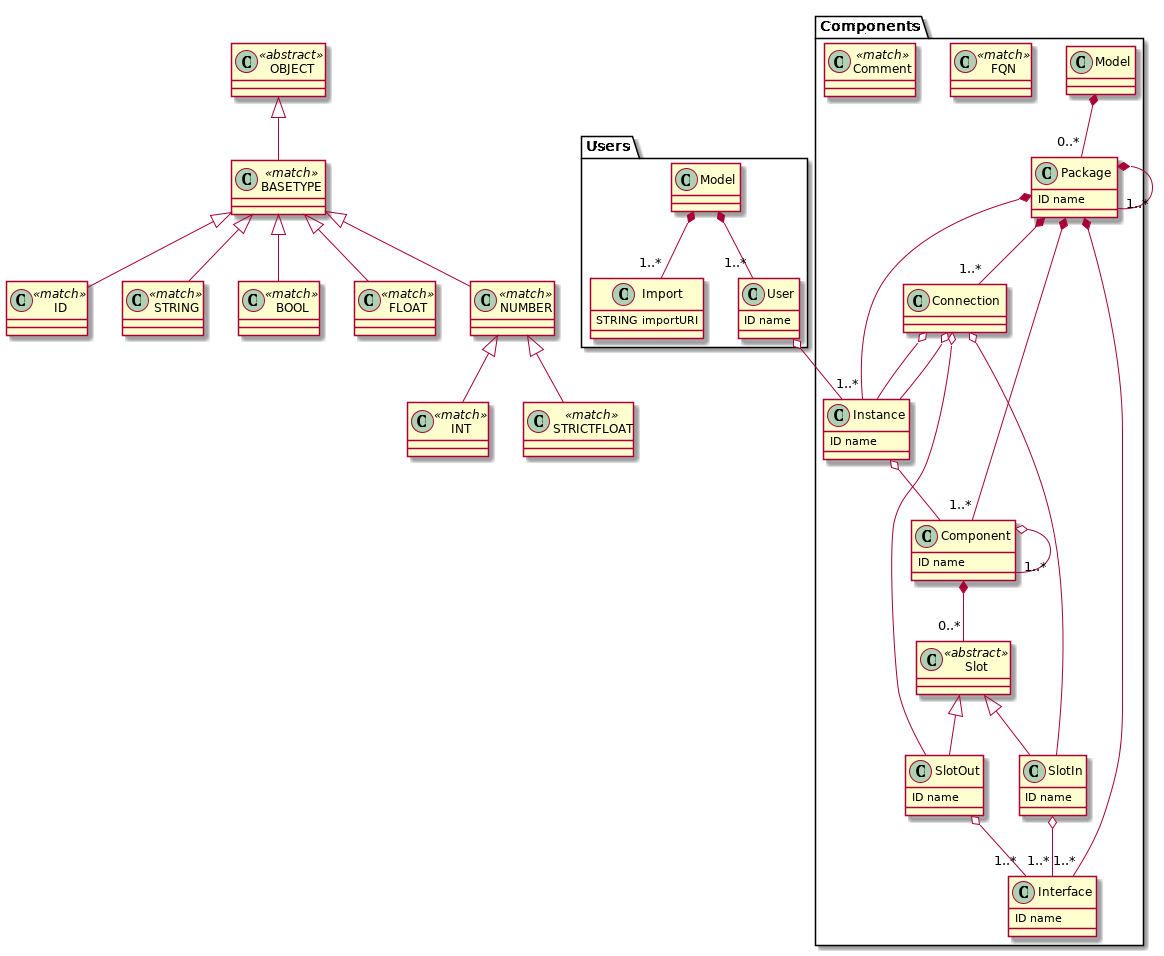
The PlantUML diagram examples/render_all_grammars/pu/tests_functional_test_scoping_metamodel_provider_Users.png in textX/textX, before a commit.
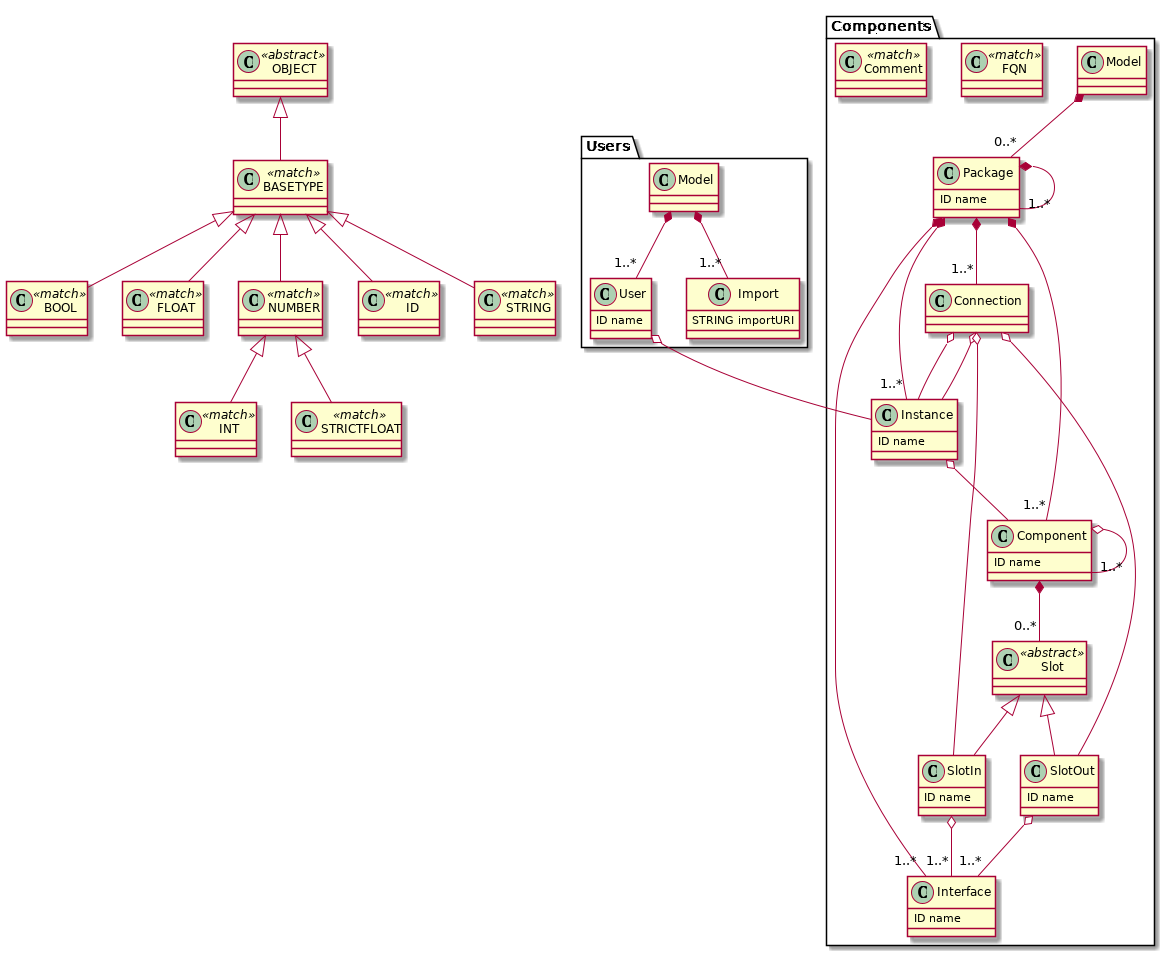
After the change.

The edit, as a diff of the source:
```diff
@@ -1,19 +1,18 @@
 @startuml
-            set namespaceSeparator .
-        Users.Model *-- "1..*" Users.Import
-Users.Model *-- "1..*" Users.User
+set namespaceSeparator .
+
+
 class Users.Model  {
 }
 
 
-Users.User o-- Components.Instance
 class Users.User  {
-ID name
+  ID name
 }
 
 
 class Users.Import  {
-STRING importURI
+  STRING importURI
 }
 
 
@@ -44,78 +43,53 @@
 class NUMBER <<match>> {
 }
 
-NUMBER <|-- STRICTFLOAT
-NUMBER <|-- INT
 
 class BASETYPE <<match>> {
 }
 
-BASETYPE <|-- NUMBER
-BASETYPE <|-- FLOAT
-BASETYPE <|-- BOOL
-BASETYPE <|-- ID
-BASETYPE <|-- STRING
 
 class OBJECT <<abstract>> {
 }
 
-OBJECT <|-- BASETYPE
 
-Components.Model *-- "0..*" Components.Package
 class Components.Model  {
 }
 
 
-Components.Package *-- "1..*" Components.Component
-Components.Package *-- "1..*" Components.Instance
-Components.Package *-- "1..*" Components.Connection
-Components.Package *-- "1..*" Components.Package
-Components.Package *-- "1..*" Components.Interface
 class Components.Package  {
-ID name
+  ID name
 }
 
 
 class Components.Interface  {
-ID name
+  ID name
 }
 
 
-Components.Component o-- "1..*" Components.Component
-Components.Component *-- "0..*" Components.Slot
 class Components.Component  {
-ID name
+  ID name
 }
 
 
 class Components.Slot <<abstract>> {
 }
 
-Components.Slot <|-- Components.SlotIn
-Components.Slot <|-- Components.SlotOut
 
-Components.SlotIn o-- "1..*" Components.Interface
 class Components.SlotIn  {
-ID name
+  ID name
 }
 
 
-Components.SlotOut o-- "1..*" Components.Interface
 class Components.SlotOut  {
-ID name
+  ID name
 }
 
 
-Components.Instance o-- Components.Component
 class Components.Instance  {
-ID name
+  ID name
 }
 
 
-Components.Connection o-- Components.Instance
-Components.Connection o-- Components.SlotOut
-Components.Connection o-- Components.Instance
-Components.Connection o-- Components.SlotIn
 class Components.Connection  {
 }
 
@@ -128,4 +102,32 @@
 }
 
 
+Users.Model *-- "1..*" Users.Import
+Users.Model *-- "1..*" Users.User
+Users.User o-- Components.Instance
+NUMBER <|-- STRICTFLOAT
+NUMBER <|-- INT
+BASETYPE <|-- NUMBER
+BASETYPE <|-- FLOAT
+BASETYPE <|-- BOOL
+BASETYPE <|-- ID
+BASETYPE <|-- STRING
+OBJECT <|-- BASETYPE
+Components.Model *-- "0..*" Components.Package
+Components.Package *-- "1..*" Components.Component
+Components.Package *-- "1..*" Components.Instance
+Components.Package *-- "1..*" Components.Connection
+Components.Package *-- "1..*" Components.Package
+Components.Package *-- "1..*" Components.Interface
+Components.Component o-- "1..*" Components.Component
+Components.Component *-- "0..*" Components.Slot
+Components.Slot <|-- Components.SlotIn
+Components.Slot <|-- Components.SlotOut
+Components.SlotIn o-- "1..*" Components.Interface
+Components.SlotOut o-- "1..*" Components.Interface
+Components.Instance o-- Components.Component
+Components.Connection o-- Components.Instance
+Components.Connection o-- Components.SlotOut
+Components.Connection o-- Components.Instance
+Components.Connection o-- Components.SlotIn
 @enduml
```
